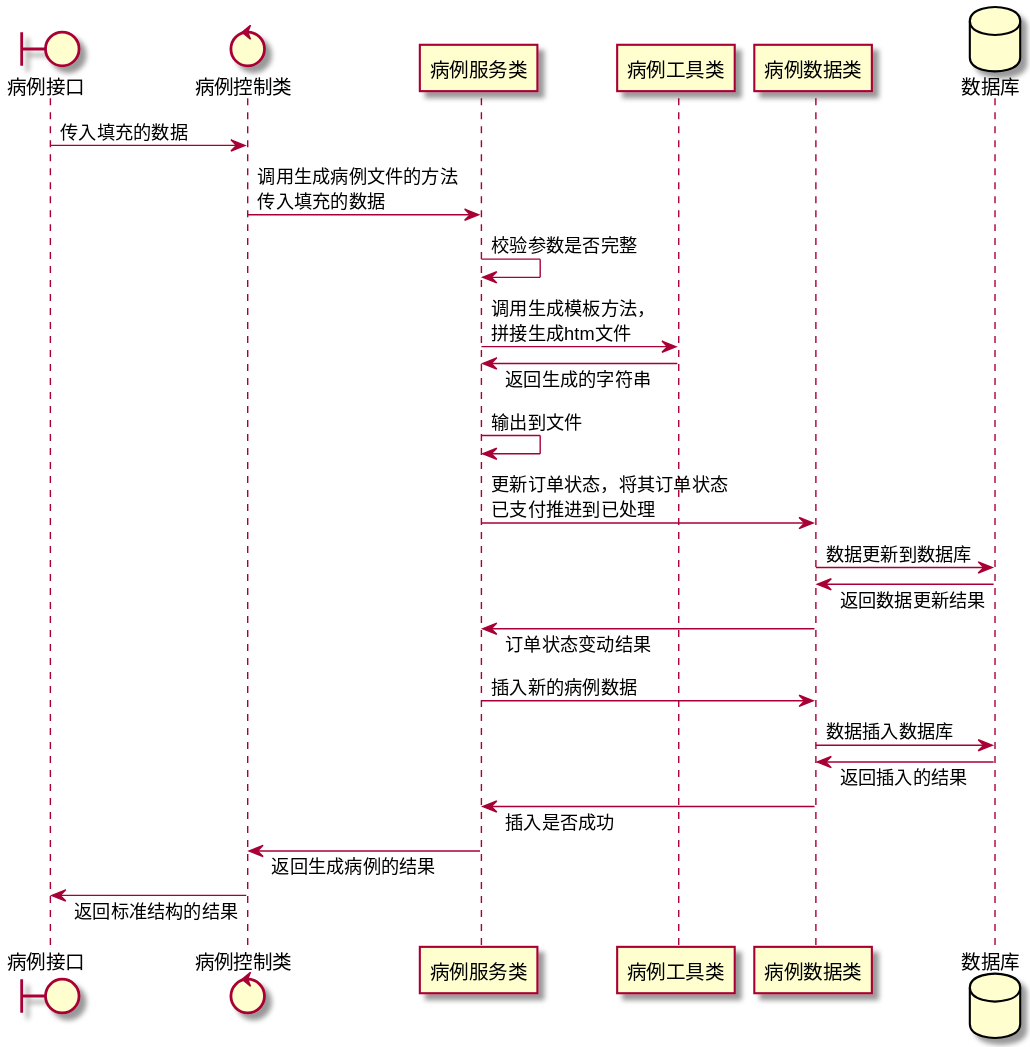
Before: demo_hospital_project/generate-medical-sequence.svg, a diagram exported from PlantUML (TMSxH2O/tms_img).
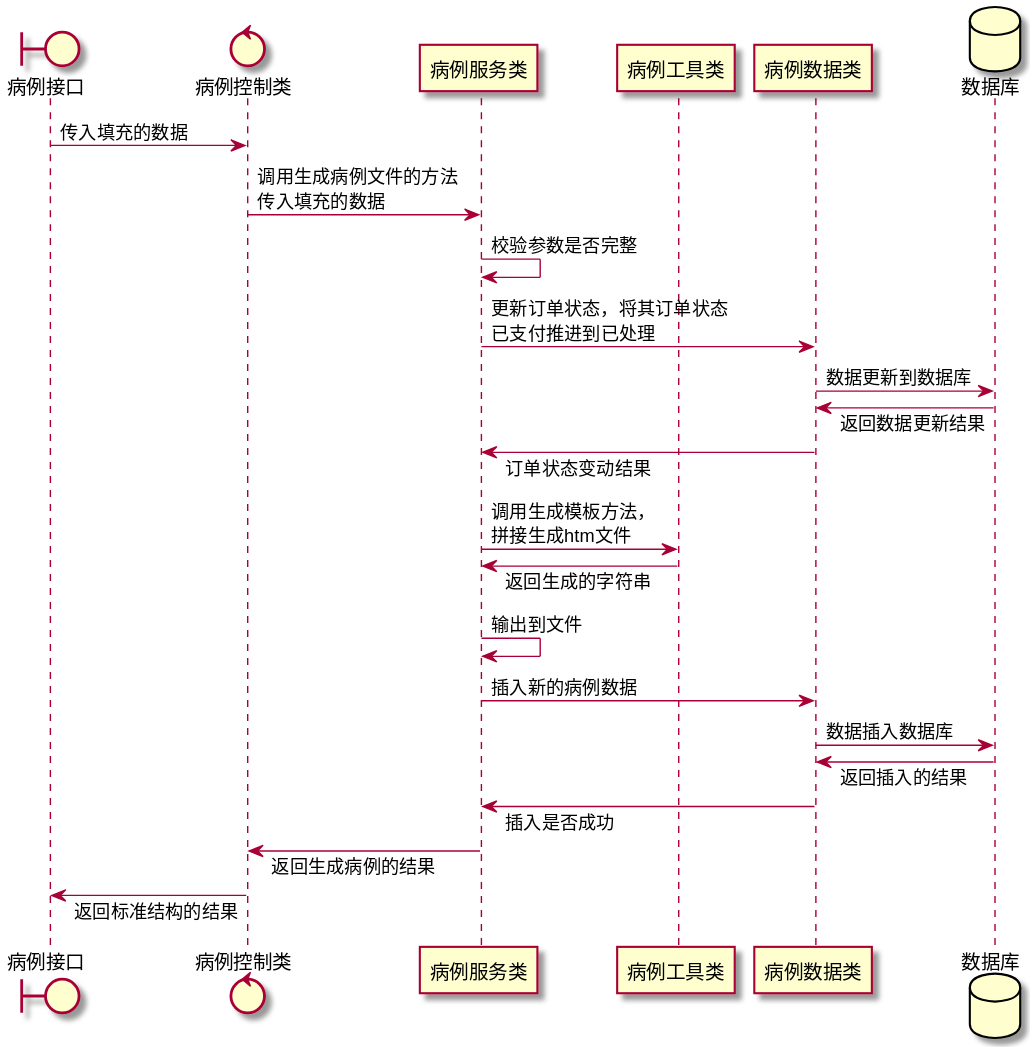
Above is the later version.

Commit message:
更新demo_hospital_project

Change to the diagram source:
```diff
@@ -10,13 +10,13 @@
 b -> control : 传入填充的数据
 control -> service : 调用生成病例文件的方法\n传入填充的数据
 service -> service : 校验参数是否完整
-service -> helper : 调用生成模板方法，\n拼接生成htm文件
-helper -> service : 返回生成的字符串
-service -> service : 输出到文件
 service -> mapper : 更新订单状态，将其订单状态\n已支付推进到已处理
 mapper -> bd : 数据更新到数据库
 bd -> mapper : 返回数据更新结果
 mapper -> service : 订单状态变动结果
+service -> helper : 调用生成模板方法，\n拼接生成htm文件
+helper -> service : 返回生成的字符串
+service -> service : 输出到文件
 service -> mapper : 插入新的病例数据
 mapper -> bd : 数据插入数据库
 bd -> mapper : 返回插入的结果
```
